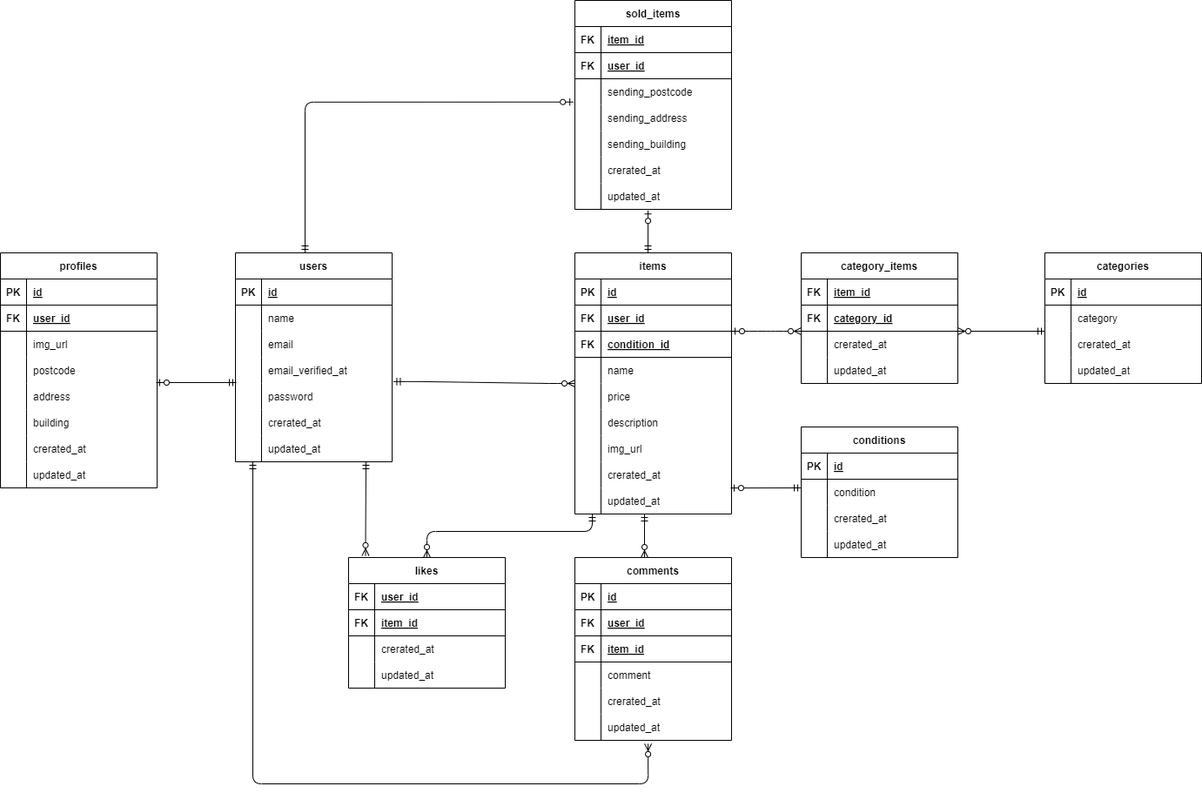
This is er.drawio.png from kttmm717/mock-case1-answer, a draw.io export, as it was before one commit. Source tidied: cells renumbered, new cells last; positions are measured from the earlier drawing's top-left corner, leaving out a move shared by most shapes.
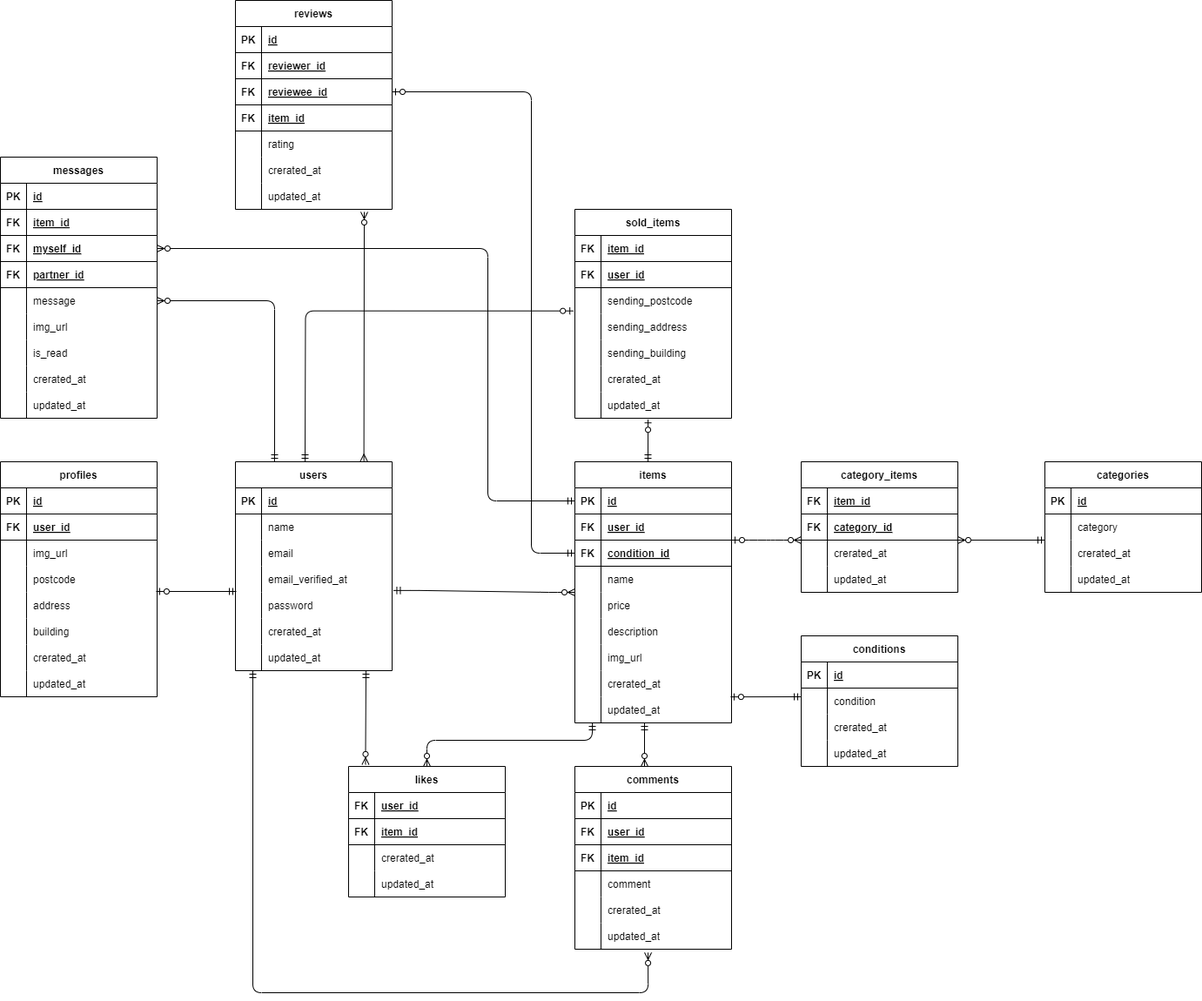
After the commit.

Commit message:
Update ER diagram, README, and user seeder

Diff of the diagram source:
```diff
@@ -570,5 +570,183 @@
         <mxPoint x="350" y="290" as="sourcePoint" />
       </mxGeometry>
     </mxCell>
+    <mxCell id="181" value="messages" style="shape=table;startSize=30;rowLines=0;fontStyle=1;align=center;" parent="1" vertex="1">
+      <mxGeometry y="-60" width="180" height="300" as="geometry" />
+    </mxCell>
+    <mxCell id="182" style="shape=tableRow;horizontal=0;startSize=0;swimlaneHead=0;swimlaneBody=0;fillColor=none;top=0;left=0;right=0;bottom=1;" parent="181" vertex="1">
+      <mxGeometry y="30" width="180" height="30" as="geometry" />
+    </mxCell>
+    <mxCell id="183" value="PK" style="shape=partialRectangle;fillColor=none;top=0;left=0;bottom=0;right=0;fontStyle=1;overflow=hidden;" parent="182" vertex="1">
+      <mxGeometry width="30" height="30" as="geometry" />
+    </mxCell>
+    <mxCell id="184" value="id" style="shape=partialRectangle;fillColor=none;top=0;left=0;bottom=0;right=0;align=left;spacingLeft=6;fontStyle=5;overflow=hidden;" parent="182" vertex="1">
+      <mxGeometry x="30" width="150" height="30" as="geometry" />
+    </mxCell>
+    <mxCell id="185" style="shape=tableRow;horizontal=0;startSize=0;swimlaneHead=0;swimlaneBody=0;fillColor=none;top=0;left=0;right=0;bottom=1;" parent="181" vertex="1">
+      <mxGeometry y="60" width="180" height="30" as="geometry" />
+    </mxCell>
+    <mxCell id="186" value="FK" style="shape=partialRectangle;fillColor=none;top=0;left=0;bottom=0;right=0;fontStyle=1;overflow=hidden;" parent="185" vertex="1">
+      <mxGeometry width="30" height="30" as="geometry" />
+    </mxCell>
+    <mxCell id="187" value="item_id" style="shape=partialRectangle;fillColor=none;top=0;left=0;bottom=0;right=0;align=left;spacingLeft=6;fontStyle=5;overflow=hidden;" parent="185" vertex="1">
+      <mxGeometry x="30" width="150" height="30" as="geometry" />
+    </mxCell>
+    <mxCell id="188" style="shape=tableRow;horizontal=0;startSize=0;swimlaneHead=0;swimlaneBody=0;fillColor=none;points=[[0,0.5],[1,0.5]];portConstraint=eastwest;top=0;left=0;right=0;bottom=1;" parent="181" vertex="1">
+      <mxGeometry y="90" width="180" height="30" as="geometry" />
+    </mxCell>
+    <mxCell id="189" value="FK" style="shape=partialRectangle;fillColor=none;top=0;left=0;bottom=0;right=0;fontStyle=1;overflow=hidden;" parent="188" vertex="1">
+      <mxGeometry width="30" height="30" as="geometry" />
+    </mxCell>
+    <mxCell id="190" value="myself_id" style="shape=partialRectangle;fillColor=none;top=0;left=0;bottom=0;right=0;align=left;spacingLeft=6;fontStyle=5;overflow=hidden;" parent="188" vertex="1">
+      <mxGeometry x="30" width="150" height="30" as="geometry" />
+    </mxCell>
+    <mxCell id="191" style="shape=tableRow;horizontal=0;startSize=0;swimlaneHead=0;swimlaneBody=0;fillColor=none;top=0;left=0;right=0;bottom=1;" parent="181" vertex="1">
+      <mxGeometry y="120" width="180" height="30" as="geometry" />
+    </mxCell>
+    <mxCell id="192" value="FK" style="shape=partialRectangle;fillColor=none;top=0;left=0;bottom=0;right=0;fontStyle=1;overflow=hidden;" parent="191" vertex="1">
+      <mxGeometry width="30" height="30" as="geometry" />
+    </mxCell>
+    <mxCell id="193" value="partner_id" style="shape=partialRectangle;fillColor=none;top=0;left=0;bottom=0;right=0;align=left;spacingLeft=6;fontStyle=5;overflow=hidden;" parent="191" vertex="1">
+      <mxGeometry x="30" width="150" height="30" as="geometry" />
+    </mxCell>
+    <mxCell id="194" style="shape=tableRow;horizontal=0;startSize=0;swimlaneHead=0;swimlaneBody=0;fillColor=none;points=[[0,0.5],[1,0.5]];portConstraint=eastwest;top=0;left=0;right=0;bottom=0;" parent="181" vertex="1">
+      <mxGeometry y="150" width="180" height="30" as="geometry" />
+    </mxCell>
+    <mxCell id="195" style="shape=partialRectangle;fillColor=none;top=0;left=0;bottom=0;right=0;overflow=hidden;" parent="194" vertex="1">
+      <mxGeometry width="30" height="30" as="geometry" />
+    </mxCell>
+    <mxCell id="196" value="message" style="shape=partialRectangle;fillColor=none;top=0;left=0;bottom=0;right=0;align=left;spacingLeft=6;overflow=hidden;" parent="194" vertex="1">
+      <mxGeometry x="30" width="150" height="30" as="geometry" />
+    </mxCell>
+    <mxCell id="197" style="shape=tableRow;horizontal=0;startSize=0;swimlaneHead=0;swimlaneBody=0;fillColor=none;top=0;left=0;right=0;bottom=0;" parent="181" vertex="1">
+      <mxGeometry y="180" width="180" height="30" as="geometry" />
+    </mxCell>
+    <mxCell id="198" style="shape=partialRectangle;fillColor=none;top=0;left=0;bottom=0;right=0;overflow=hidden;" parent="197" vertex="1">
+      <mxGeometry width="30" height="30" as="geometry" />
+    </mxCell>
+    <mxCell id="199" value="img_url" style="shape=partialRectangle;fillColor=none;top=0;left=0;bottom=0;right=0;align=left;spacingLeft=6;overflow=hidden;" parent="197" vertex="1">
+      <mxGeometry x="30" width="150" height="30" as="geometry" />
+    </mxCell>
+    <mxCell id="200" style="shape=tableRow;horizontal=0;startSize=0;swimlaneHead=0;swimlaneBody=0;fillColor=none;top=0;left=0;right=0;bottom=0;" parent="181" vertex="1">
+      <mxGeometry y="210" width="180" height="30" as="geometry" />
+    </mxCell>
+    <mxCell id="201" style="shape=partialRectangle;fillColor=none;top=0;left=0;bottom=0;right=0;overflow=hidden;" parent="200" vertex="1">
+      <mxGeometry width="30" height="30" as="geometry" />
+    </mxCell>
+    <mxCell id="202" value="is_read" style="shape=partialRectangle;fillColor=none;top=0;left=0;bottom=0;right=0;align=left;spacingLeft=6;overflow=hidden;" parent="200" vertex="1">
+      <mxGeometry x="30" width="150" height="30" as="geometry" />
+    </mxCell>
+    <mxCell id="203" style="shape=tableRow;horizontal=0;startSize=0;swimlaneHead=0;swimlaneBody=0;fillColor=none;top=0;left=0;right=0;bottom=0;" parent="181" vertex="1">
+      <mxGeometry y="240" width="180" height="30" as="geometry" />
+    </mxCell>
+    <mxCell id="204" style="shape=partialRectangle;fillColor=none;top=0;left=0;bottom=0;right=0;overflow=hidden;" parent="203" vertex="1">
+      <mxGeometry width="30" height="30" as="geometry" />
+    </mxCell>
+    <mxCell id="205" value="crerated_at" style="shape=partialRectangle;fillColor=none;top=0;left=0;bottom=0;right=0;align=left;spacingLeft=6;overflow=hidden;" parent="203" vertex="1">
+      <mxGeometry x="30" width="150" height="30" as="geometry" />
+    </mxCell>
+    <mxCell id="206" style="shape=tableRow;horizontal=0;startSize=0;swimlaneHead=0;swimlaneBody=0;fillColor=none;top=0;left=0;right=0;bottom=0;" parent="181" vertex="1">
+      <mxGeometry y="270" width="180" height="30" as="geometry" />
+    </mxCell>
+    <mxCell id="207" style="shape=partialRectangle;fillColor=none;top=0;left=0;bottom=0;right=0;overflow=hidden;" parent="206" vertex="1">
+      <mxGeometry width="30" height="30" as="geometry" />
+    </mxCell>
+    <mxCell id="208" value="updated_at" style="shape=partialRectangle;fillColor=none;top=0;left=0;bottom=0;right=0;align=left;spacingLeft=6;overflow=hidden;" parent="206" vertex="1">
+      <mxGeometry x="30" width="150" height="30" as="geometry" />
+    </mxCell>
+    <mxCell id="209" value="reviews" style="shape=table;startSize=30;rowLines=0;fontStyle=1;align=center;" parent="1" vertex="1">
+      <mxGeometry x="270" y="-240" width="180" height="240" as="geometry" />
+    </mxCell>
+    <mxCell id="210" style="shape=tableRow;horizontal=0;startSize=0;swimlaneHead=0;swimlaneBody=0;fillColor=none;top=0;left=0;right=0;bottom=1;" parent="209" vertex="1">
+      <mxGeometry y="30" width="180" height="30" as="geometry" />
+    </mxCell>
+    <mxCell id="211" value="PK" style="shape=partialRectangle;fillColor=none;top=0;left=0;bottom=0;right=0;fontStyle=1;overflow=hidden;" parent="210" vertex="1">
+      <mxGeometry width="30" height="30" as="geometry" />
+    </mxCell>
+    <mxCell id="212" value="id" style="shape=partialRectangle;fillColor=none;top=0;left=0;bottom=0;right=0;align=left;spacingLeft=6;fontStyle=5;overflow=hidden;" parent="210" vertex="1">
+      <mxGeometry x="30" width="150" height="30" as="geometry" />
+    </mxCell>
+    <mxCell id="213" style="shape=tableRow;horizontal=0;startSize=0;swimlaneHead=0;swimlaneBody=0;fillColor=none;top=0;left=0;right=0;bottom=1;" parent="209" vertex="1">
+      <mxGeometry y="60" width="180" height="30" as="geometry" />
+    </mxCell>
+    <mxCell id="214" value="FK" style="shape=partialRectangle;fillColor=none;top=0;left=0;bottom=0;right=0;fontStyle=1;overflow=hidden;" parent="213" vertex="1">
+      <mxGeometry width="30" height="30" as="geometry" />
+    </mxCell>
+    <mxCell id="215" value="reviewer_id" style="shape=partialRectangle;fillColor=none;top=0;left=0;bottom=0;right=0;align=left;spacingLeft=6;fontStyle=5;overflow=hidden;" parent="213" vertex="1">
+      <mxGeometry x="30" width="150" height="30" as="geometry" />
+    </mxCell>
+    <mxCell id="216" style="shape=tableRow;horizontal=0;startSize=0;swimlaneHead=0;swimlaneBody=0;fillColor=none;points=[[0,0.5],[1,0.5]];portConstraint=eastwest;top=0;left=0;right=0;bottom=1;" parent="209" vertex="1">
+      <mxGeometry y="90" width="180" height="30" as="geometry" />
+    </mxCell>
+    <mxCell id="217" value="FK" style="shape=partialRectangle;fillColor=none;top=0;left=0;bottom=0;right=0;fontStyle=1;overflow=hidden;" parent="216" vertex="1">
+      <mxGeometry width="30" height="30" as="geometry" />
+    </mxCell>
+    <mxCell id="218" value="reviewee_id" style="shape=partialRectangle;fillColor=none;top=0;left=0;bottom=0;right=0;align=left;spacingLeft=6;fontStyle=5;overflow=hidden;" parent="216" vertex="1">
+      <mxGeometry x="30" width="150" height="30" as="geometry" />
+    </mxCell>
+    <mxCell id="219" style="shape=tableRow;horizontal=0;startSize=0;swimlaneHead=0;swimlaneBody=0;fillColor=none;top=0;left=0;right=0;bottom=1;" parent="209" vertex="1">
+      <mxGeometry y="120" width="180" height="30" as="geometry" />
+    </mxCell>
+    <mxCell id="220" value="FK" style="shape=partialRectangle;fillColor=none;top=0;left=0;bottom=0;right=0;fontStyle=1;overflow=hidden;" parent="219" vertex="1">
+      <mxGeometry width="30" height="30" as="geometry" />
+    </mxCell>
+    <mxCell id="221" value="item_id" style="shape=partialRectangle;fillColor=none;top=0;left=0;bottom=0;right=0;align=left;spacingLeft=6;fontStyle=5;overflow=hidden;" parent="219" vertex="1">
+      <mxGeometry x="30" width="150" height="30" as="geometry" />
+    </mxCell>
+    <mxCell id="222" style="shape=tableRow;horizontal=0;startSize=0;swimlaneHead=0;swimlaneBody=0;fillColor=none;top=0;left=0;right=0;bottom=0;" parent="209" vertex="1">
+      <mxGeometry y="150" width="180" height="30" as="geometry" />
+    </mxCell>
+    <mxCell id="223" style="shape=partialRectangle;fillColor=none;top=0;left=0;bottom=0;right=0;overflow=hidden;" parent="222" vertex="1">
+      <mxGeometry width="30" height="30" as="geometry" />
+    </mxCell>
+    <mxCell id="224" value="rating" style="shape=partialRectangle;fillColor=none;top=0;left=0;bottom=0;right=0;align=left;spacingLeft=6;overflow=hidden;" parent="222" vertex="1">
+      <mxGeometry x="30" width="150" height="30" as="geometry" />
+    </mxCell>
+    <mxCell id="225" style="shape=tableRow;horizontal=0;startSize=0;swimlaneHead=0;swimlaneBody=0;fillColor=none;top=0;left=0;right=0;bottom=0;" parent="209" vertex="1">
+      <mxGeometry y="180" width="180" height="30" as="geometry" />
+    </mxCell>
+    <mxCell id="226" style="shape=partialRectangle;fillColor=none;top=0;left=0;bottom=0;right=0;overflow=hidden;" parent="225" vertex="1">
+      <mxGeometry width="30" height="30" as="geometry" />
+    </mxCell>
+    <mxCell id="227" value="crerated_at" style="shape=partialRectangle;fillColor=none;top=0;left=0;bottom=0;right=0;align=left;spacingLeft=6;overflow=hidden;" parent="225" vertex="1">
+      <mxGeometry x="30" width="150" height="30" as="geometry" />
+    </mxCell>
+    <mxCell id="228" style="shape=tableRow;horizontal=0;startSize=0;swimlaneHead=0;swimlaneBody=0;fillColor=none;top=0;left=0;right=0;bottom=0;" parent="209" vertex="1">
+      <mxGeometry y="210" width="180" height="30" as="geometry" />
+    </mxCell>
+    <mxCell id="229" style="shape=partialRectangle;fillColor=none;top=0;left=0;bottom=0;right=0;overflow=hidden;" parent="228" vertex="1">
+      <mxGeometry width="30" height="30" as="geometry" />
+    </mxCell>
+    <mxCell id="230" value="updated_at" style="shape=partialRectangle;fillColor=none;top=0;left=0;bottom=0;right=0;align=left;spacingLeft=6;overflow=hidden;" parent="228" vertex="1">
+      <mxGeometry x="30" width="150" height="30" as="geometry" />
+    </mxCell>
+    <mxCell id="231" style="fontSize=12;html=1;endArrow=ERzeroToMany;startArrow=ERmandOne;entryX=1;entryY=0.5;entryDx=0;entryDy=0;exitX=0.25;exitY=0;exitDx=0;exitDy=0;" parent="1" edge="1" source="2" target="194">
+      <mxGeometry relative="1" as="geometry">
+        <Array as="points">
+          <mxPoint x="315" y="105" />
+        </Array>
+      </mxGeometry>
+    </mxCell>
+    <mxCell id="232" style="fontSize=12;html=1;endArrow=ERzeroToMany;startArrow=ERmandOne;entryX=1;entryY=0.5;entryDx=0;entryDy=0;exitX=0;exitY=0.5;exitDx=0;exitDy=0;" parent="1" edge="1" source="25" target="188">
+      <mxGeometry relative="1" as="geometry">
+        <Array as="points">
+          <mxPoint x="560" y="335" />
+          <mxPoint x="560" y="45" />
+        </Array>
+      </mxGeometry>
+    </mxCell>
+    <mxCell id="233" style="fontSize=12;html=1;endArrow=ERzeroToOne;startArrow=ERmandOne;entryX=1;entryY=0.5;entryDx=0;entryDy=0;exitX=0;exitY=0.5;exitDx=0;exitDy=0;" parent="1" edge="1" source="31" target="216">
+      <mxGeometry relative="1" as="geometry">
+        <Array as="points">
+          <mxPoint x="610" y="395" />
+          <mxPoint x="610" y="-135" />
+        </Array>
+      </mxGeometry>
+    </mxCell>
+    <mxCell id="234" style="fontSize=12;html=1;endArrow=ERmany;startArrow=ERzeroToMany;startFill=0;entryX=0.82;entryY=-0.003;entryDx=0;entryDy=0;entryPerimeter=0;" parent="1" edge="1" target="2">
+      <mxGeometry relative="1" as="geometry">
+        <mxPoint x="418" y="3" as="sourcePoint" />
+      </mxGeometry>
+    </mxCell>
   </root>
 </mxGraphModel>
```
